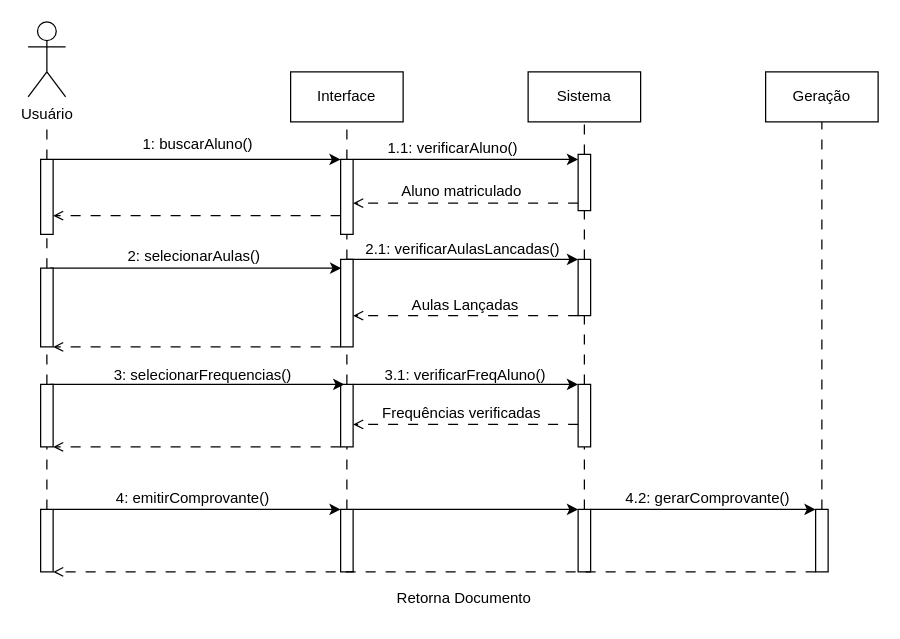
This is DIAGRAMA DE SEQUENCIA.drawio from LizReis/An-lise-de-Sistemas, a draw.io file, before an edit. Source tidied: cells renumbered, new cells numbered last; positions are measured from the earlier drawing's top-left corner, leaving out a move shared by most shapes. Both pictures are drawn from the tidied source at 125%, with x=0, y=0 at pixel (28, 21).
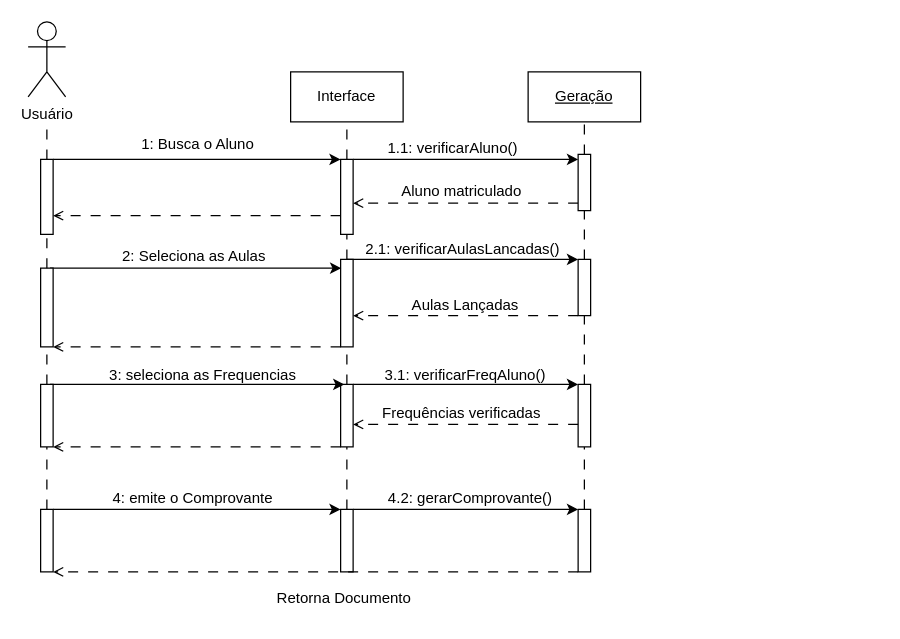
Above is the later version.

Unchanged cells that the change refers to:
```xml
<mxCell id="19" style="rounded=0;whiteSpace=wrap;html=1;" parent="1" vertex="1">
  <mxGeometry x="440" y="390" width="10" height="50" as="geometry" />
</mxCell>
<mxCell id="53" style="rounded=0;whiteSpace=wrap;html=1;" parent="1" vertex="1">
  <mxGeometry x="10" y="390" width="10" height="50" as="geometry" />
</mxCell>
<mxCell id="60" style="rounded=0;whiteSpace=wrap;html=1;" parent="1" vertex="1">
  <mxGeometry x="440" y="106" width="10" height="45" as="geometry" />
</mxCell>
```

Diff of the diagram source:
```diff
@@
-    <mxCell id="4" value="Geração" style="rounded=0;whiteSpace=wrap;html=1;" parent="1" vertex="1">
-      <mxGeometry x="590" y="40" width="90" height="40" as="geometry" />
+    <mxCell id="4" value="&lt;u&gt;Geração&lt;/u&gt;" style="rounded=0;whiteSpace=wrap;html=1;" parent="1" vertex="1">
+      <mxGeometry x="400" y="40" width="90" height="40" as="geometry" />
     </mxCell>
@@
-    <mxCell id="6" value="Sistema" style="rounded=0;whiteSpace=wrap;html=1;" parent="1" vertex="1">
-      <mxGeometry x="400" y="40" width="90" height="40" as="geometry" />
-    </mxCell>
@@
-    <mxCell id="21" style="rounded=0;whiteSpace=wrap;html=1;" parent="1" vertex="1">
-      <mxGeometry x="630" y="390" width="10" height="50" as="geometry" />
-    </mxCell>
-    <mxCell id="22" style="endArrow=classic;html=1;rounded=0;entryX=0;entryY=0;entryDx=0;entryDy=0;exitX=1;exitY=0;exitDx=0;exitDy=0;" parent="1" edge="1" source="19" target="21">
-      <mxGeometry relative="1" as="geometry" />
-    </mxCell>
     <mxCell id="23" value="4.2: gerarComprovante()" style="text;html=1;align=center;verticalAlign=middle;whiteSpace=wrap;rounded=0;" parent="1" vertex="1">
-      <mxGeometry x="466.5" y="366" width="153.5" height="30" as="geometry" />
+      <mxGeometry x="277.2" y="366" width="153.5" height="30" as="geometry" />
     </mxCell>
-    <mxCell id="24" style="endArrow=open;html=1;rounded=0;dashed=1;dashPattern=8 8;endFill=0;exitX=0;exitY=1;exitDx=0;exitDy=0;entryX=1;entryY=1;entryDx=0;entryDy=0;" parent="1" edge="1" source="21" target="53">
-      <mxGeometry relative="1" as="geometry" />
+    <mxCell id="24" style="endArrow=open;html=1;rounded=0;dashed=1;dashPattern=8 8;endFill=0;entryX=1;entryY=1;entryDx=0;entryDy=0;" parent="1" edge="1" target="53">
+      <mxGeometry relative="1" as="geometry">
+        <mxPoint x="440" y="440" as="sourcePoint" />
+      </mxGeometry>
     </mxCell>
     <mxCell id="25" value="Retorna Documento" style="text;html=1;align=center;verticalAlign=middle;whiteSpace=wrap;rounded=0;" parent="1" vertex="1">
-      <mxGeometry x="266" y="446" width="166" height="30" as="geometry" />
+      <mxGeometry x="170" y="446" width="166" height="30" as="geometry" />
     </mxCell>
-    <mxCell id="26" style="endArrow=none;html=1;rounded=0;entryX=0.5;entryY=1;entryDx=0;entryDy=0;exitX=0.5;exitY=0;exitDx=0;exitDy=0;dashed=1;dashPattern=8 8;" parent="1" edge="1" source="21" target="4">
-      <mxGeometry relative="1" as="geometry" />
-    </mxCell>
-    <mxCell id="27" style="endArrow=none;html=1;rounded=0;entryX=0.5;entryY=1;entryDx=0;entryDy=0;exitX=0.5;exitY=0;exitDx=0;exitDy=0;dashed=1;dashPattern=8 8;" parent="1" edge="1" source="60" target="6">
-      <mxGeometry relative="1" as="geometry" />
+    <mxCell id="27" style="endArrow=none;html=1;rounded=0;entryX=0.5;entryY=1;entryDx=0;entryDy=0;exitX=0.5;exitY=0;exitDx=0;exitDy=0;dashed=1;dashPattern=8 8;" parent="1" edge="1" source="60">
+      <mxGeometry relative="1" as="geometry">
+        <mxPoint x="445" y="80" as="targetPoint" />
+      </mxGeometry>
     </mxCell>
@@
-    <mxCell id="34" value="1: buscarAluno()" style="text;html=1;align=center;verticalAlign=middle;whiteSpace=wrap;rounded=0;" parent="1" vertex="1">
+    <mxCell id="34" value="1: Busca o Aluno" style="text;html=1;align=center;verticalAlign=middle;whiteSpace=wrap;rounded=0;" parent="1" vertex="1">
       <mxGeometry x="75.5" y="83" width="120" height="30" as="geometry" />
     </mxCell>
@@
-    <mxCell id="47" value="2: selecionarAulas()" style="text;html=1;align=center;verticalAlign=middle;whiteSpace=wrap;rounded=0;" parent="1" vertex="1">
+    <mxCell id="47" value="2: Seleciona as Aulas" style="text;html=1;align=center;verticalAlign=middle;whiteSpace=wrap;rounded=0;" parent="1" vertex="1">
       <mxGeometry x="52.5" y="173" width="160" height="30" as="geometry" />
     </mxCell>
@@
-    <mxCell id="51" value="3: selecionarFrequencias()" style="text;html=1;align=center;verticalAlign=middle;whiteSpace=wrap;rounded=0;" parent="1" vertex="1">
+    <mxCell id="51" value="3: seleciona as Frequencias" style="text;html=1;align=center;verticalAlign=middle;whiteSpace=wrap;rounded=0;" parent="1" vertex="1">
       <mxGeometry x="60" y="268" width="160" height="30" as="geometry" />
     </mxCell>
@@
-    <mxCell id="55" value="4: emitirComprovante()" style="text;html=1;align=center;verticalAlign=middle;whiteSpace=wrap;rounded=0;" parent="1" vertex="1">
+    <mxCell id="55" value="4: emite o Comprovante" style="text;html=1;align=center;verticalAlign=middle;whiteSpace=wrap;rounded=0;" parent="1" vertex="1">
       <mxGeometry x="52" y="366" width="160" height="30" as="geometry" />
     </mxCell>
```
